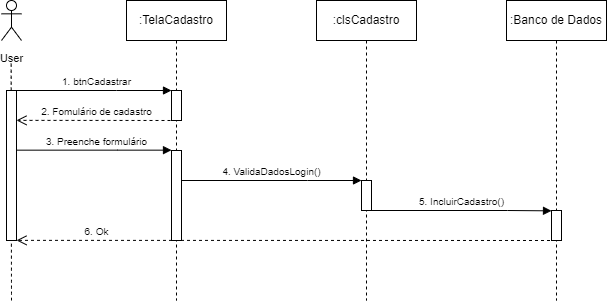
The draw.io diagram modelagem/diagramas/sequencia/sequenciaCadastro.png in CassiaAlthman/Psiconnect, before a commit. Source tidied: cells renumbered, new cells last; positions are measured from the earlier drawing's top-left corner, leaving out a move shared by most shapes. Its diagram source:
```xml
<mxGraphModel>
  <root>
    <mxCell id="0" />
    <mxCell id="1" parent="0" />
    <mxCell id="2" value="&lt;font style=&quot;font-size: 10px;&quot;&gt;6. Ok&lt;/font&gt;" style="html=1;verticalAlign=bottom;endArrow=open;dashed=1;endSize=8;edgeStyle=elbowEdgeStyle;elbow=vertical;curved=0;rounded=0;labelBackgroundColor=none;align=center;" parent="1" edge="1">
      <mxGeometry x="0.7" relative="1" as="geometry">
        <mxPoint x="554.5" y="240" as="sourcePoint" />
        <mxPoint x="15" y="240" as="targetPoint" />
      </mxGeometry>
    </mxCell>
    <mxCell id="3" value=":TelaCadastro" style="shape=umlLifeline;perimeter=lifelinePerimeter;whiteSpace=wrap;html=1;newEdgeStyle={&quot;edgeStyle&quot;:&quot;elbowEdgeStyle&quot;,&quot;elbow&quot;:&quot;vertical&quot;,&quot;curved&quot;:0,&quot;rounded&quot;:0};size=40;" parent="1" vertex="1">
      <mxGeometry x="125" width="100" height="300" as="geometry" />
    </mxCell>
    <mxCell id="4" style="html=1;perimeter=orthogonalPerimeter;targetShapes=umlLifeline;newEdgeStyle={&quot;edgeStyle&quot;:&quot;elbowEdgeStyle&quot;,&quot;elbow&quot;:&quot;vertical&quot;,&quot;curved&quot;:0,&quot;rounded&quot;:0};" parent="3" vertex="1">
      <mxGeometry x="45" y="90" width="10" height="30" as="geometry" />
    </mxCell>
    <mxCell id="5" style="html=1;perimeter=orthogonalPerimeter;targetShapes=umlLifeline;newEdgeStyle={&quot;edgeStyle&quot;:&quot;elbowEdgeStyle&quot;,&quot;elbow&quot;:&quot;vertical&quot;,&quot;curved&quot;:0,&quot;rounded&quot;:0};" parent="3" vertex="1">
      <mxGeometry x="45" y="150" width="10" height="90" as="geometry" />
    </mxCell>
    <mxCell id="6" value="&lt;span style=&quot;font-size: 10px;&quot;&gt;3. Preenche formulário&lt;/span&gt;" style="html=1;verticalAlign=bottom;endArrow=block;edgeStyle=elbowEdgeStyle;elbow=vertical;curved=0;rounded=0;labelBackgroundColor=none;" parent="1" edge="1">
      <mxGeometry x="0.03" relative="1" as="geometry">
        <mxPoint x="15" y="149.7" as="sourcePoint" />
        <mxPoint x="170" y="149.7" as="targetPoint" />
        <Array as="points">
          <mxPoint x="116" y="149.7" />
        </Array>
      </mxGeometry>
    </mxCell>
    <mxCell id="7" value="&lt;font style=&quot;font-size: 10px;&quot;&gt;2. Fomulário de cadastro&lt;/font&gt;" style="html=1;verticalAlign=bottom;endArrow=open;dashed=1;endSize=8;edgeStyle=elbowEdgeStyle;elbow=vertical;curved=0;rounded=0;labelBackgroundColor=none;align=center;" parent="1" edge="1" target="17">
      <mxGeometry relative="1" as="geometry">
        <mxPoint x="175" y="120" as="sourcePoint" />
      </mxGeometry>
    </mxCell>
    <mxCell id="8" value=":clsCadastro" style="shape=umlLifeline;perimeter=lifelinePerimeter;whiteSpace=wrap;html=1;newEdgeStyle={&quot;edgeStyle&quot;:&quot;elbowEdgeStyle&quot;,&quot;elbow&quot;:&quot;vertical&quot;,&quot;curved&quot;:0,&quot;rounded&quot;:0};" parent="1" vertex="1">
      <mxGeometry x="315" width="100" height="300" as="geometry" />
    </mxCell>
    <mxCell id="9" style="html=1;perimeter=orthogonalPerimeter;targetShapes=umlLifeline;newEdgeStyle={&quot;edgeStyle&quot;:&quot;elbowEdgeStyle&quot;,&quot;elbow&quot;:&quot;vertical&quot;,&quot;curved&quot;:0,&quot;rounded&quot;:0};direction=west;" parent="8" vertex="1">
      <mxGeometry x="45" y="180" width="10" height="30" as="geometry" />
    </mxCell>
    <mxCell id="10" value=":Banco de Dados" style="shape=umlLifeline;perimeter=lifelinePerimeter;whiteSpace=wrap;html=1;newEdgeStyle={&quot;edgeStyle&quot;:&quot;elbowEdgeStyle&quot;,&quot;elbow&quot;:&quot;vertical&quot;,&quot;curved&quot;:0,&quot;rounded&quot;:0};" parent="1" vertex="1">
      <mxGeometry x="505" width="100" height="300" as="geometry" />
    </mxCell>
    <mxCell id="11" style="html=1;perimeter=orthogonalPerimeter;targetShapes=umlLifeline;newEdgeStyle={&quot;edgeStyle&quot;:&quot;elbowEdgeStyle&quot;,&quot;elbow&quot;:&quot;vertical&quot;,&quot;curved&quot;:0,&quot;rounded&quot;:0};" parent="10" vertex="1">
      <mxGeometry x="45" y="210" width="10" height="30" as="geometry" />
    </mxCell>
    <mxCell id="12" value="&lt;font style=&quot;font-size: 11px;&quot;&gt;User&lt;/font&gt;" style="shape=umlActor;verticalLabelPosition=bottom;verticalAlign=top;html=1;fontSize=16;horizontal=1;" parent="1" vertex="1">
      <mxGeometry width="20" height="40" as="geometry" />
    </mxCell>
    <mxCell id="13" style="endArrow=none;dashed=1;html=1;rounded=0;fontSize=12;startSize=8;endSize=8;curved=1;" parent="1" edge="1">
      <mxGeometry relative="1" as="geometry">
        <mxPoint x="10" y="300" as="sourcePoint" />
        <mxPoint x="9.7" y="60" as="targetPoint" />
      </mxGeometry>
    </mxCell>
    <mxCell id="14" value="&lt;font style=&quot;font-size: 10px;&quot;&gt;1. btnCadastrar&lt;/font&gt;" style="html=1;verticalAlign=bottom;endArrow=block;edgeStyle=elbowEdgeStyle;elbow=vertical;curved=0;rounded=0;labelBackgroundColor=none;align=center;" parent="1" edge="1" source="17">
      <mxGeometry x="0.03" relative="1" as="geometry">
        <mxPoint x="170" y="90" as="targetPoint" />
        <Array as="points">
          <mxPoint x="115" y="90" />
          <mxPoint x="116" y="100" />
        </Array>
      </mxGeometry>
    </mxCell>
    <mxCell id="15" value="&lt;span style=&quot;font-size: 10px;&quot;&gt;4. ValidaDadosLogin()&lt;/span&gt;" style="html=1;verticalAlign=bottom;endArrow=block;edgeStyle=elbowEdgeStyle;elbow=horizontal;curved=0;rounded=0;labelBackgroundColor=none;" parent="1" edge="1">
      <mxGeometry relative="1" as="geometry">
        <mxPoint x="180" y="180" as="sourcePoint" />
        <mxPoint x="360" y="180" as="targetPoint" />
        <Array as="points">
          <mxPoint x="306" y="180" />
        </Array>
      </mxGeometry>
    </mxCell>
    <mxCell id="16" value="&lt;span style=&quot;font-size: 10px;&quot;&gt;5. IncluirCadastro()&lt;/span&gt;" style="html=1;verticalAlign=bottom;endArrow=block;edgeStyle=elbowEdgeStyle;elbow=horizontal;curved=0;rounded=0;labelBackgroundColor=none;" parent="1" edge="1">
      <mxGeometry relative="1" as="geometry">
        <mxPoint x="370" y="210" as="sourcePoint" />
        <mxPoint x="550" y="210.3" as="targetPoint" />
        <Array as="points">
          <mxPoint x="506" y="210" />
        </Array>
      </mxGeometry>
    </mxCell>
    <mxCell id="17" style="html=1;points=[];perimeter=orthogonalPerimeter;outlineConnect=0;targetShapes=umlLifeline;portConstraint=eastwest;newEdgeStyle={&quot;edgeStyle&quot;:&quot;elbowEdgeStyle&quot;,&quot;elbow&quot;:&quot;vertical&quot;,&quot;curved&quot;:0,&quot;rounded&quot;:0};" parent="1" vertex="1">
      <mxGeometry x="5" y="90" width="10" height="150" as="geometry" />
    </mxCell>
  </root>
</mxGraphModel>
```
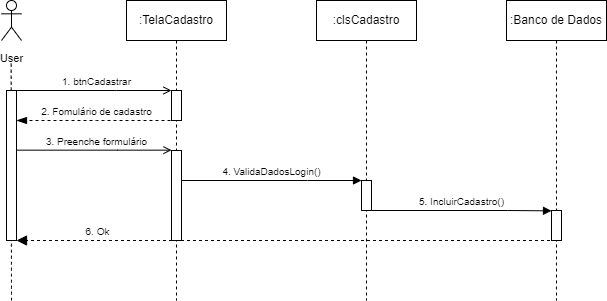
The same diagram one commit later.

Commit message:
ajustando diagrama de sequencia de cadastro

Diff of the diagram source:
```diff
@@ -2,7 +2,7 @@
   <root>
     <mxCell id="0" />
     <mxCell id="1" parent="0" />
-    <mxCell id="2" value="&lt;font style=&quot;font-size: 10px;&quot;&gt;6. Ok&lt;/font&gt;" style="html=1;verticalAlign=bottom;endArrow=open;dashed=1;endSize=8;edgeStyle=elbowEdgeStyle;elbow=vertical;curved=0;rounded=0;labelBackgroundColor=none;align=center;" parent="1" edge="1">
+    <mxCell id="2" value="&lt;font style=&quot;font-size: 10px;&quot;&gt;6. Ok&lt;/font&gt;" style="html=1;verticalAlign=bottom;endArrow=block;dashed=1;endSize=8;edgeStyle=elbowEdgeStyle;elbow=vertical;curved=0;rounded=0;labelBackgroundColor=none;align=center;endFill=1;" parent="1" edge="1">
       <mxGeometry x="0.7" relative="1" as="geometry">
         <mxPoint x="554.5" y="240" as="sourcePoint" />
         <mxPoint x="15" y="240" as="targetPoint" />
@@ -17,7 +17,7 @@
     <mxCell id="5" style="html=1;perimeter=orthogonalPerimeter;targetShapes=umlLifeline;newEdgeStyle={&quot;edgeStyle&quot;:&quot;elbowEdgeStyle&quot;,&quot;elbow&quot;:&quot;vertical&quot;,&quot;curved&quot;:0,&quot;rounded&quot;:0};" parent="3" vertex="1">
       <mxGeometry x="45" y="150" width="10" height="90" as="geometry" />
     </mxCell>
-    <mxCell id="6" value="&lt;span style=&quot;font-size: 10px;&quot;&gt;3. Preenche formulário&lt;/span&gt;" style="html=1;verticalAlign=bottom;endArrow=block;edgeStyle=elbowEdgeStyle;elbow=vertical;curved=0;rounded=0;labelBackgroundColor=none;" parent="1" edge="1">
+    <mxCell id="6" value="&lt;span style=&quot;font-size: 10px;&quot;&gt;3. Preenche formulário&lt;/span&gt;" style="html=1;verticalAlign=bottom;endArrow=open;edgeStyle=elbowEdgeStyle;elbow=vertical;curved=0;rounded=0;labelBackgroundColor=none;endFill=0;" parent="1" edge="1">
       <mxGeometry x="0.03" relative="1" as="geometry">
         <mxPoint x="15" y="149.7" as="sourcePoint" />
         <mxPoint x="170" y="149.7" as="targetPoint" />
@@ -26,7 +26,7 @@
         </Array>
       </mxGeometry>
     </mxCell>
-    <mxCell id="7" value="&lt;font style=&quot;font-size: 10px;&quot;&gt;2. Fomulário de cadastro&lt;/font&gt;" style="html=1;verticalAlign=bottom;endArrow=open;dashed=1;endSize=8;edgeStyle=elbowEdgeStyle;elbow=vertical;curved=0;rounded=0;labelBackgroundColor=none;align=center;" parent="1" edge="1" target="17">
+    <mxCell id="7" value="&lt;font style=&quot;font-size: 10px;&quot;&gt;2. Fomulário de cadastro&lt;/font&gt;" style="html=1;verticalAlign=bottom;endArrow=blockThin;dashed=1;endSize=8;edgeStyle=elbowEdgeStyle;elbow=vertical;curved=0;rounded=0;labelBackgroundColor=none;align=center;endFill=1;" parent="1" edge="1" target="17">
       <mxGeometry relative="1" as="geometry">
         <mxPoint x="175" y="120" as="sourcePoint" />
       </mxGeometry>
@@ -52,7 +52,7 @@
         <mxPoint x="9.7" y="60" as="targetPoint" />
       </mxGeometry>
     </mxCell>
-    <mxCell id="14" value="&lt;font style=&quot;font-size: 10px;&quot;&gt;1. btnCadastrar&lt;/font&gt;" style="html=1;verticalAlign=bottom;endArrow=block;edgeStyle=elbowEdgeStyle;elbow=vertical;curved=0;rounded=0;labelBackgroundColor=none;align=center;" parent="1" edge="1" source="17">
+    <mxCell id="14" value="&lt;font style=&quot;font-size: 10px;&quot;&gt;1. btnCadastrar&lt;/font&gt;" style="html=1;verticalAlign=bottom;endArrow=open;edgeStyle=elbowEdgeStyle;elbow=vertical;curved=0;rounded=0;labelBackgroundColor=none;align=center;endFill=0;" parent="1" edge="1" source="17">
       <mxGeometry x="0.03" relative="1" as="geometry">
         <mxPoint x="170" y="90" as="targetPoint" />
         <Array as="points">
```
